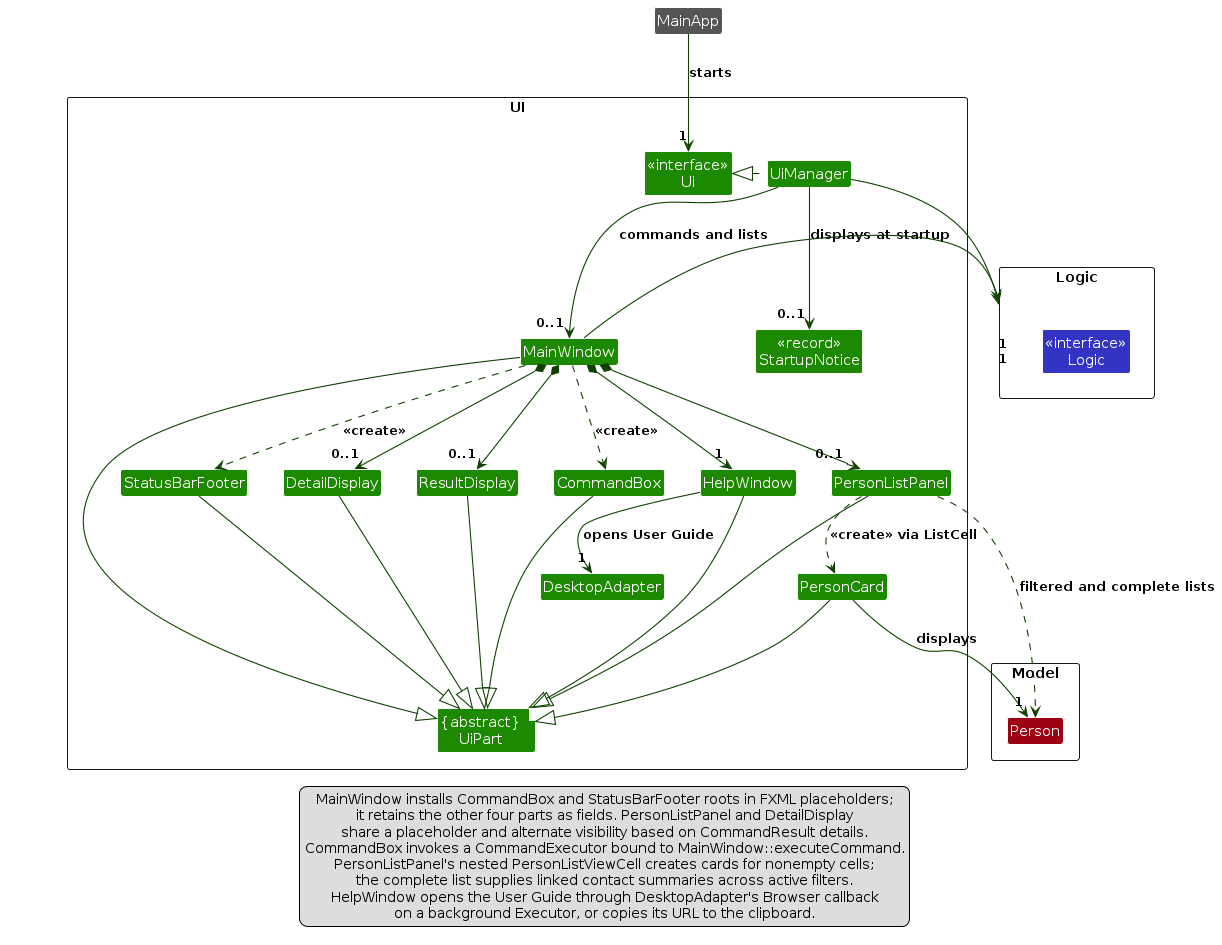
The PlantUML diagram diagrams/UiClassDiagram.png in AY2627S1-CS2103T-T16-2/tp, before a commit. Its source is kept beside it as diagrams/UiClassDiagram.puml. Its diagram source:
```plantuml
@startuml
!include style.puml
skinparam arrowThickness 1.1
skinparam arrowColor UI_COLOR_T4
skinparam classBackgroundColor UI_COLOR

package UI <<Rectangle>> {
    class "<<interface>>\nUi" as Ui
    class "{abstract}\nUiPart<T>" as UiPart
    class UiManager
    class MainWindow
    class CommandBox
    class ResultDisplay
    class PersonListPanel
    class PersonCard
    class DetailDisplay
    class StatusBarFooter
    class HelpWindow
    class DesktopAdapter
    class "<<record>>\nStartupNotice" as StartupNotice
}

package Logic <<Rectangle>> {
    class "<<interface>>\nLogic" as Logic #3333C4
}

package Model <<Rectangle>> {
    class Person #9D0012
}

class MainApp #555555

MainApp --> "1" Ui : starts
UiManager .left.|> Ui
UiManager -down-> "0..1" MainWindow
UiManager --> "0..1" StartupNotice : displays at startup
UiManager -right-> "1" Logic

MainWindow -left-|> UiPart
CommandBox --|> UiPart
ResultDisplay --|> UiPart
PersonListPanel --|> UiPart
PersonCard --|> UiPart
DetailDisplay --|> UiPart
StatusBarFooter --|> UiPart
HelpWindow --|> UiPart

MainWindow *-down-> "1" HelpWindow
MainWindow *-down-> "0..1" PersonListPanel
MainWindow *-down-> "0..1" DetailDisplay
MainWindow *-down-> "0..1" ResultDisplay
MainWindow ..> CommandBox : <<create>>
MainWindow ..> StatusBarFooter : <<create>>
MainWindow -left-> "1" Logic : commands and lists

PersonListPanel ..> PersonCard : <<create>> via ListCell
PersonListPanel ..> Person : filtered and complete lists
PersonCard --> "1" Person : displays
HelpWindow --> "1" DesktopAdapter : opens User Guide

PersonListPanel -[hidden]left- HelpWindow
HelpWindow -[hidden]left- CommandBox
CommandBox -[hidden]left- ResultDisplay
ResultDisplay -[hidden]left- DetailDisplay
DetailDisplay -[hidden]left- StatusBarFooter

legend bottom
  MainWindow installs CommandBox and StatusBarFooter roots in FXML placeholders;
  it retains the other four parts as fields. PersonListPanel and DetailDisplay
  share a placeholder and alternate visibility based on CommandResult details.
  CommandBox invokes a CommandExecutor bound to MainWindow::executeCommand.
  PersonListPanel's nested PersonListViewCell creates cards for nonempty cells;
  the complete list supplies linked contact summaries across active filters.
  HelpWindow opens the User Guide through DesktopAdapter's Browser callback
  on a background Executor, or copies its URL to the clipboard.
endlegend
@enduml
```
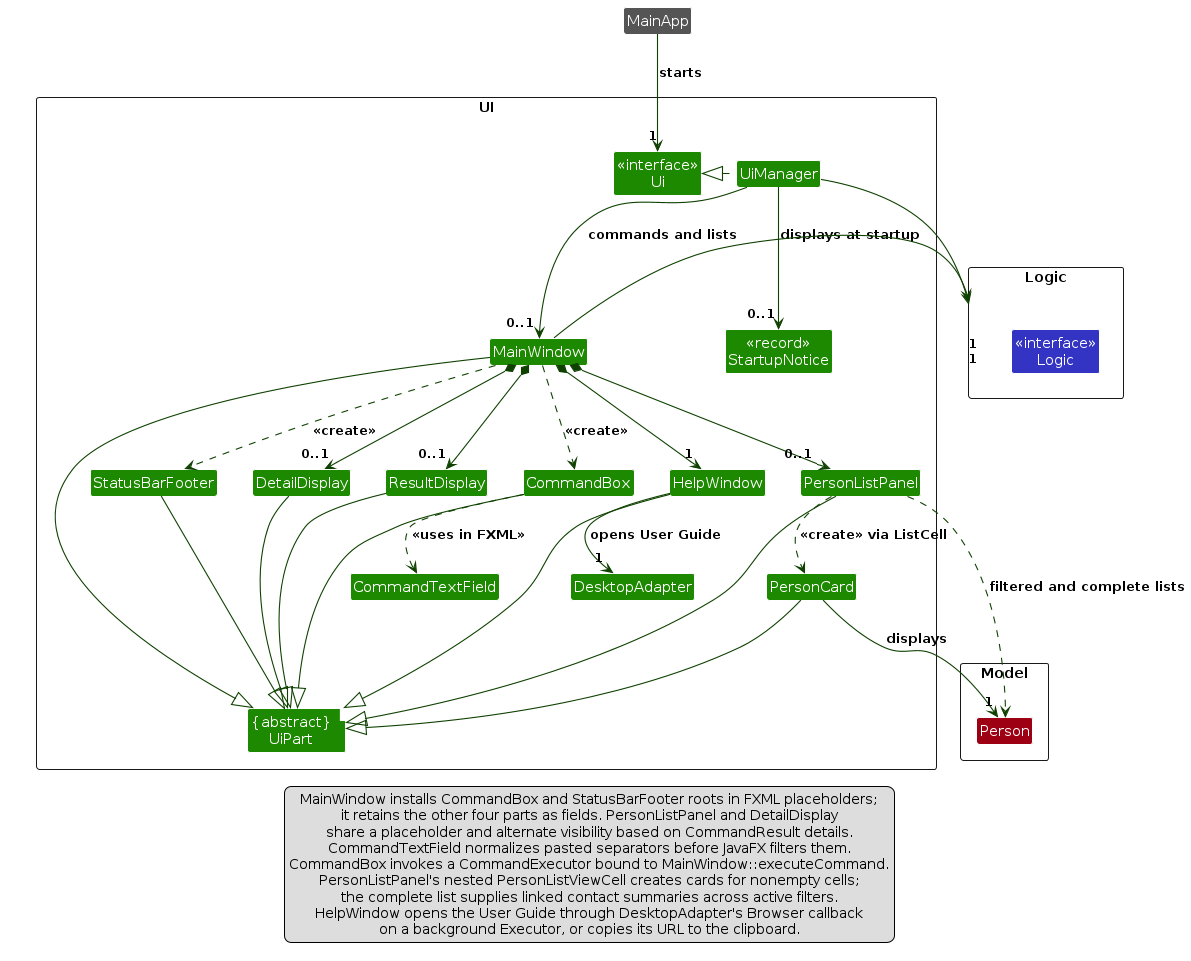
Above is the later version.

Diff of the diagram source:
```diff
@@ -10,6 +10,7 @@
     class UiManager
     class MainWindow
     class CommandBox
+    class CommandTextField
     class ResultDisplay
     class PersonListPanel
     class PersonCard
@@ -50,6 +51,7 @@
 MainWindow *-down-> "0..1" DetailDisplay
 MainWindow *-down-> "0..1" ResultDisplay
 MainWindow ..> CommandBox : <<create>>
+CommandBox ..> CommandTextField : <<uses in FXML>>
 MainWindow ..> StatusBarFooter : <<create>>
 MainWindow -left-> "1" Logic : commands and lists
 
@@ -68,6 +70,7 @@
   MainWindow installs CommandBox and StatusBarFooter roots in FXML placeholders;
   it retains the other four parts as fields. PersonListPanel and DetailDisplay
   share a placeholder and alternate visibility based on CommandResult details.
+  CommandTextField normalizes pasted separators before JavaFX filters them.
   CommandBox invokes a CommandExecutor bound to MainWindow::executeCommand.
   PersonListPanel's nested PersonListViewCell creates cards for nonempty cells;
   the complete list supplies linked contact summaries across active filters.
```
